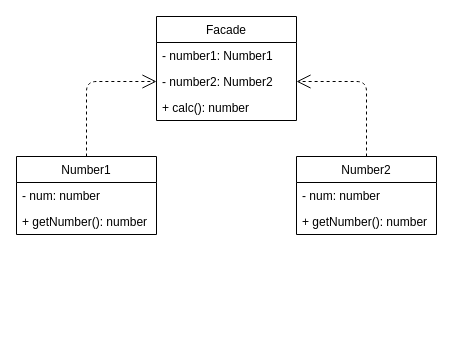
The draw.io diagram Structural_patterns/facade/facade.drawio in Nik6996/test_pattern, before the edit. Source tidied: cells renumbered, new cells numbered last; positions are measured from the earlier drawing's top-left corner, leaving out a move shared by most shapes. Both pictures are drawn from the tidied source at 100%, with x=0, y=0 at pixel (16, 16).
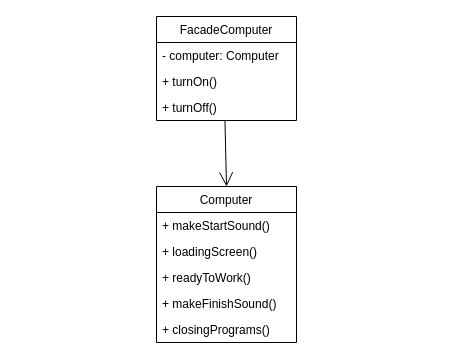
The same page after the edit.

The edit, as a diff of the source:
```diff
@@
-    <mxCell id="4" value="Facade" style="swimlane;fontStyle=0;horizontal=1;startSize=26;fillColor=none;" parent="1" vertex="1">
+    <mxCell id="4" value="FacadeComputer" style="swimlane;fontStyle=0;horizontal=1;startSize=26;fillColor=none;" parent="1" vertex="1">
       <mxGeometry x="140" width="140" height="104" as="geometry" />
     </mxCell>
-    <mxCell id="5" value="- number1: Number1" style="text;strokeColor=none;fillColor=none;align=left;verticalAlign=top;spacingLeft=4;spacingRight=4;overflow=hidden;" parent="4" vertex="1">
+    <mxCell id="5" value="- computer: Computer" style="text;strokeColor=none;fillColor=none;align=left;verticalAlign=top;spacingLeft=4;spacingRight=4;overflow=hidden;" parent="4" vertex="1">
       <mxGeometry y="26" width="140" height="26" as="geometry" />
     </mxCell>
-    <mxCell id="6" value="- number2: Number2" style="text;strokeColor=none;fillColor=none;align=left;verticalAlign=top;spacingLeft=4;spacingRight=4;overflow=hidden;points=[[0,0.5],[1,0.5]];portConstraint=eastwest;" parent="4" vertex="1">
+    <mxCell id="6" value="+ turnOn()" style="text;strokeColor=none;fillColor=none;align=left;verticalAlign=top;spacingLeft=4;spacingRight=4;overflow=hidden;points=[[0,0.5],[1,0.5]];portConstraint=eastwest;" parent="4" vertex="1">
       <mxGeometry y="52" width="140" height="26" as="geometry" />
     </mxCell>
-    <mxCell id="7" value="+ calc(): number" style="text;strokeColor=none;fillColor=none;align=left;verticalAlign=top;spacingLeft=4;spacingRight=4;overflow=hidden;points=[[0,0.5],[1,0.5]];portConstraint=eastwest;" parent="4" vertex="1">
+    <mxCell id="7" value="+ turnOff()" style="text;strokeColor=none;fillColor=none;align=left;verticalAlign=top;spacingLeft=4;spacingRight=4;overflow=hidden;points=[[0,0.5],[1,0.5]];portConstraint=eastwest;" parent="4" vertex="1">
       <mxGeometry y="78" width="140" height="26" as="geometry" />
     </mxCell>
-    <mxCell id="8" value="Number1" style="swimlane;fontStyle=0;horizontal=1;startSize=26;fillColor=none;" parent="1" vertex="1">
-      <mxGeometry y="140" width="140" height="78" as="geometry" />
-    </mxCell>
-    <mxCell id="9" value="- num: number" style="text;strokeColor=none;fillColor=none;align=left;verticalAlign=top;spacingLeft=4;spacingRight=4;overflow=hidden;" parent="8" vertex="1">
-      <mxGeometry y="26" width="140" height="26" as="geometry" />
-    </mxCell>
-    <mxCell id="10" value="+ getNumber(): number" style="text;strokeColor=none;fillColor=none;align=left;verticalAlign=top;spacingLeft=4;spacingRight=4;overflow=hidden;" parent="8" vertex="1">
-      <mxGeometry y="52" width="140" height="26" as="geometry" />
-    </mxCell>
-    <mxCell id="11" value="Number2" style="swimlane;fontStyle=0;horizontal=1;startSize=26;fillColor=none;" parent="1" vertex="1">
-      <mxGeometry x="280" y="140" width="140" height="78" as="geometry" />
+    <mxCell id="11" value="Computer" style="swimlane;fontStyle=0;horizontal=1;startSize=26;fillColor=none;" parent="1" vertex="1">
+      <mxGeometry x="140" y="170" width="140" height="156" as="geometry" />
     </mxCell>
-    <mxCell id="12" value="- num: number" style="text;strokeColor=none;fillColor=none;align=left;verticalAlign=top;spacingLeft=4;spacingRight=4;overflow=hidden;" parent="11" vertex="1">
+    <mxCell id="12" value="+ makeStartSound()" style="text;strokeColor=none;fillColor=none;align=left;verticalAlign=top;spacingLeft=4;spacingRight=4;overflow=hidden;" parent="11" vertex="1">
       <mxGeometry y="26" width="140" height="26" as="geometry" />
     </mxCell>
-    <mxCell id="13" value="+ getNumber(): number" style="text;strokeColor=none;fillColor=none;align=left;verticalAlign=top;spacingLeft=4;spacingRight=4;overflow=hidden;" parent="11" vertex="1">
+    <mxCell id="13" value="+ loadingScreen()" style="text;strokeColor=none;fillColor=none;align=left;verticalAlign=top;spacingLeft=4;spacingRight=4;overflow=hidden;" parent="11" vertex="1">
       <mxGeometry y="52" width="140" height="26" as="geometry" />
     </mxCell>
-    <mxCell id="14" style="endArrow=open;endSize=12;dashed=1;html=1;entryX=0;entryY=0.5;entryDx=0;entryDy=0;exitX=0.5;exitY=0;exitDx=0;exitDy=0;" parent="1" edge="1" source="8" target="6">
-      <mxGeometry x="-0.17" y="20" relative="1" as="geometry">
-        <Array as="points">
-          <mxPoint x="70" y="65" />
-        </Array>
-      </mxGeometry>
-    </mxCell>
-    <mxCell id="15" style="endArrow=open;endSize=12;dashed=1;html=1;entryX=1;entryY=0.5;entryDx=0;entryDy=0;exitX=0.5;exitY=0;exitDx=0;exitDy=0;" parent="1" edge="1" source="11" target="6">
-      <mxGeometry x="-0.17" y="-20" relative="1" as="geometry">
-        <Array as="points">
-          <mxPoint x="350" y="65" />
-        </Array>
-      </mxGeometry>
-    </mxCell>
+    <mxCell id="16" value="+ readyToWork()" style="text;strokeColor=none;fillColor=none;align=left;verticalAlign=top;spacingLeft=4;spacingRight=4;overflow=hidden;" parent="11" vertex="1">
+      <mxGeometry y="78" width="140" height="26" as="geometry" />
+    </mxCell>
+    <mxCell id="17" value="+ makeFinishSound()" style="text;strokeColor=none;fillColor=none;align=left;verticalAlign=top;spacingLeft=4;spacingRight=4;overflow=hidden;" parent="11" vertex="1">
+      <mxGeometry y="104" width="140" height="26" as="geometry" />
+    </mxCell>
+    <mxCell id="18" value="+ closingPrograms()" style="text;strokeColor=none;fillColor=none;align=left;verticalAlign=top;spacingLeft=4;spacingRight=4;overflow=hidden;" parent="11" vertex="1">
+      <mxGeometry y="130" width="140" height="26" as="geometry" />
+    </mxCell>
+    <mxCell id="19" style="endArrow=open;endFill=1;endSize=12;html=1;exitX=0.489;exitY=0.992;exitDx=0;exitDy=0;exitPerimeter=0;entryX=0.5;entryY=0;entryDx=0;entryDy=0;" parent="1" edge="1" source="7" target="11">
+      <mxGeometry relative="1" as="geometry" />
+    </mxCell>
```
